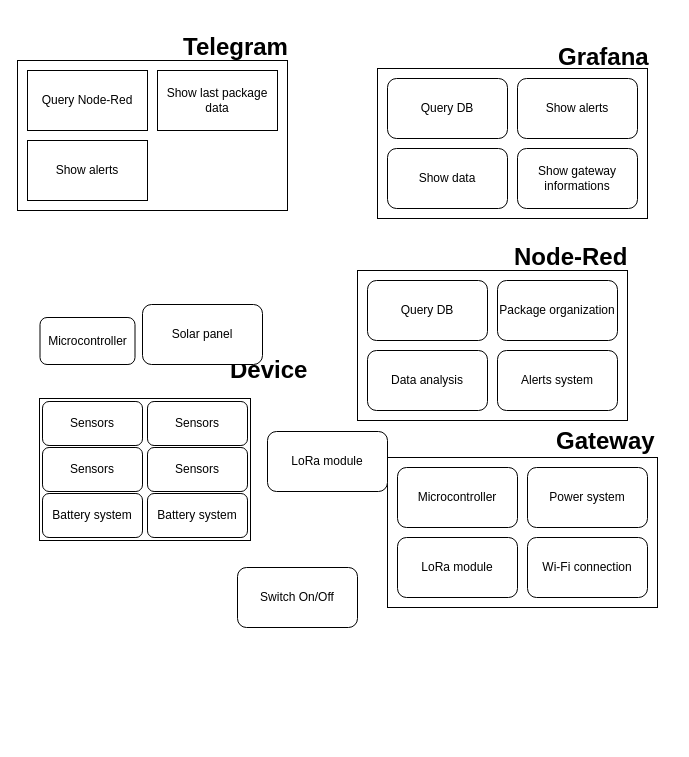
Earlier version of the draw.io diagram MAIN/arquiteture_first.drawio (Teusocost/Tracker_IPB). Source tidied: cells renumbered, new cells numbered last; positions are measured from the earlier drawing's top-left corner, leaving out a move shared by most shapes. Both pictures are drawn from the tidied source at 100%, with x=0, y=0 at pixel (17, 27). Pictures stored in the file or linked from it are replaced by grey dashed boxes.
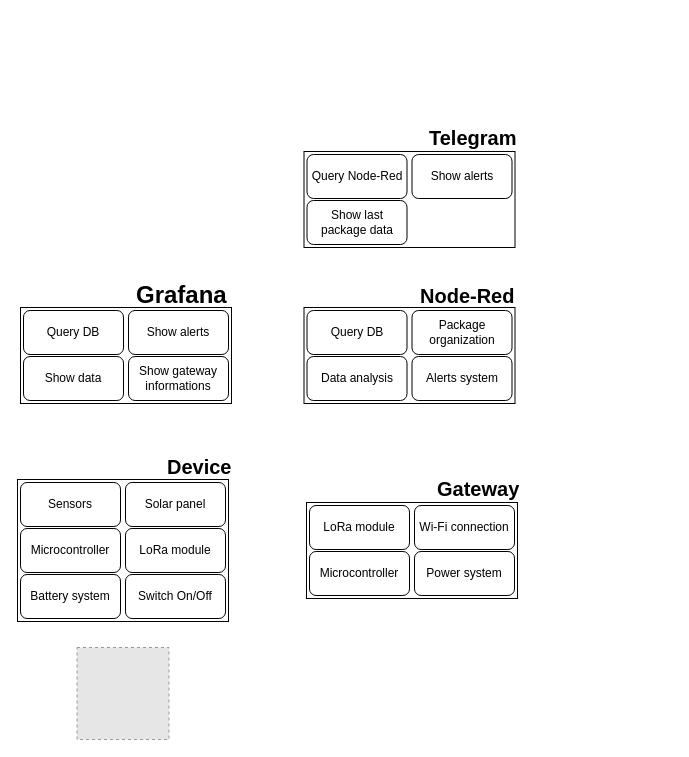
The same page after the edit.

Change to the diagram source:
```diff
@@
-    <mxCell id="2" style="rounded=0;whiteSpace=wrap;html=1;" parent="1" vertex="1">
-      <mxGeometry x="370" y="430" width="270" height="150" as="geometry" />
-    </mxCell>
     <mxCell id="3" style="rounded=0;whiteSpace=wrap;html=1;" parent="1" vertex="1">
-      <mxGeometry x="22" y="371" width="211" height="142" as="geometry" />
+      <mxGeometry y="452" width="211" height="142" as="geometry" />
     </mxCell>
-    <mxCell id="4" value="&lt;h1&gt;Device&lt;/h1&gt;" style="text;html=1;strokeColor=none;fillColor=none;spacing=5;spacingTop=-20;whiteSpace=wrap;overflow=hidden;rounded=0;" parent="1" vertex="1">
-      <mxGeometry x="208" y="323" width="90" height="40" as="geometry" />
+    <mxCell id="4" value="&lt;h1&gt;&lt;font style=&quot;font-size: 20px;&quot;&gt;Device&lt;/font&gt;&lt;/h1&gt;" style="text;html=1;strokeColor=none;fillColor=none;spacing=5;spacingTop=-20;whiteSpace=wrap;overflow=hidden;rounded=0;" parent="1" vertex="1">
+      <mxGeometry x="145" y="419" width="90" height="40" as="geometry" />
     </mxCell>
-    <mxCell id="5" value="Microcontroller" style="rounded=1;whiteSpace=wrap;html=1;" parent="1" vertex="1">
-      <mxGeometry x="22.5" y="290" width="95" height="47" as="geometry" />
-    </mxCell>
-    <mxCell id="6" value="Sensors" style="rounded=1;whiteSpace=wrap;html=1;" parent="1" vertex="1">
-      <mxGeometry x="25" y="420" width="100" height="44" as="geometry" />
+    <mxCell id="6" value="Microcontroller" style="rounded=1;whiteSpace=wrap;html=1;" parent="1" vertex="1">
+      <mxGeometry x="3" y="501" width="100" height="44" as="geometry" />
     </mxCell>
     <mxCell id="7" value="Battery system" style="rounded=1;whiteSpace=wrap;html=1;" parent="1" vertex="1">
-      <mxGeometry x="25" y="466" width="100" height="44" as="geometry" />
+      <mxGeometry x="3" y="547" width="100" height="44" as="geometry" />
     </mxCell>
-    <mxCell id="8" value="Solar panel" style="rounded=1;whiteSpace=wrap;html=1;" parent="1" vertex="1">
-      <mxGeometry x="125" y="277" width="120" height="60" as="geometry" />
-    </mxCell>
-    <mxCell id="9" value="LoRa module" style="rounded=1;whiteSpace=wrap;html=1;" parent="1" vertex="1">
-      <mxGeometry x="250" y="404" width="120" height="60" as="geometry" />
-    </mxCell>
-    <mxCell id="10" value="Switch On/Off" style="rounded=1;whiteSpace=wrap;html=1;" parent="1" vertex="1">
-      <mxGeometry x="220" y="540" width="120" height="60" as="geometry" />
-    </mxCell>
-    <mxCell id="11" value="&lt;h1&gt;Gateway&lt;/h1&gt;" style="text;html=1;strokeColor=none;fillColor=none;spacing=5;spacingTop=-20;whiteSpace=wrap;overflow=hidden;rounded=0;" parent="1" vertex="1">
-      <mxGeometry x="534" y="394" width="120" height="40" as="geometry" />
-    </mxCell>
-    <mxCell id="12" value="Microcontroller" style="rounded=1;whiteSpace=wrap;html=1;" parent="1" vertex="1">
-      <mxGeometry x="380" y="440" width="120" height="60" as="geometry" />
-    </mxCell>
-    <mxCell id="13" value="Power system" style="rounded=1;whiteSpace=wrap;html=1;" parent="1" vertex="1">
-      <mxGeometry x="510" y="440" width="120" height="60" as="geometry" />
-    </mxCell>
-    <mxCell id="14" value="LoRa module" style="rounded=1;whiteSpace=wrap;html=1;" parent="1" vertex="1">
-      <mxGeometry x="380" y="510" width="120" height="60" as="geometry" />
-    </mxCell>
-    <mxCell id="15" value="Wi-Fi connection" style="rounded=1;whiteSpace=wrap;html=1;" parent="1" vertex="1">
-      <mxGeometry x="510" y="510" width="120" height="60" as="geometry" />
-    </mxCell>
-    <mxCell id="16" style="rounded=0;whiteSpace=wrap;html=1;" parent="1" vertex="1">
-      <mxGeometry x="340" y="243" width="270" height="150" as="geometry" />
-    </mxCell>
-    <mxCell id="17" value="&lt;h1&gt;Node-Red&lt;/h1&gt;" style="text;html=1;strokeColor=none;fillColor=none;spacing=5;spacingTop=-20;whiteSpace=wrap;overflow=hidden;rounded=0;" parent="1" vertex="1">
-      <mxGeometry x="492" y="210" width="126" height="40" as="geometry" />
+    <mxCell id="17" value="&lt;h1&gt;&lt;br&gt;&lt;/h1&gt;" style="text;html=1;strokeColor=none;fillColor=none;spacing=5;spacingTop=-20;whiteSpace=wrap;overflow=hidden;rounded=0;" parent="1" vertex="1">
+      <mxGeometry x="61" y="270" width="126" height="40" as="geometry" />
     </mxCell>
-    <mxCell id="18" value="Query DB" style="rounded=1;whiteSpace=wrap;html=1;" parent="1" vertex="1">
-      <mxGeometry x="350" y="253" width="120" height="60" as="geometry" />
-    </mxCell>
-    <mxCell id="19" value="Package organization" style="rounded=1;whiteSpace=wrap;html=1;" parent="1" vertex="1">
-      <mxGeometry x="480" y="253" width="120" height="60" as="geometry" />
-    </mxCell>
-    <mxCell id="20" value="Data analysis" style="rounded=1;whiteSpace=wrap;html=1;" parent="1" vertex="1">
-      <mxGeometry x="350" y="323" width="120" height="60" as="geometry" />
-    </mxCell>
-    <mxCell id="21" value="Alerts system" style="rounded=1;whiteSpace=wrap;html=1;" parent="1" vertex="1">
-      <mxGeometry x="480" y="323" width="120" height="60" as="geometry" />
-    </mxCell>
-    <mxCell id="22" style="rounded=0;whiteSpace=wrap;html=1;perimeterSpacing=0;" parent="1" vertex="1">
-      <mxGeometry y="33" width="270" height="150" as="geometry" />
-    </mxCell>
-    <mxCell id="23" value="&lt;h1&gt;Telegram&lt;/h1&gt;" style="text;html=1;strokeColor=none;fillColor=none;spacing=5;spacingTop=-20;whiteSpace=wrap;overflow=hidden;rounded=0;perimeterSpacing=0;" parent="1" vertex="1">
+    <mxCell id="23" value="&lt;h1&gt;&lt;br&gt;&lt;/h1&gt;" style="text;html=1;strokeColor=none;fillColor=none;spacing=5;spacingTop=-20;whiteSpace=wrap;overflow=hidden;rounded=0;perimeterSpacing=0;" parent="1" vertex="1">
       <mxGeometry x="161" width="126" height="40" as="geometry" />
     </mxCell>
-    <mxCell id="24" value="Query Node-Red" style="rounded=0;whiteSpace=wrap;html=1;perimeterSpacing=0;" parent="1" vertex="1">
-      <mxGeometry x="10" y="43" width="120" height="60" as="geometry" />
-    </mxCell>
-    <mxCell id="25" value="Show last package data" style="rounded=0;whiteSpace=wrap;html=1;perimeterSpacing=0;" parent="1" vertex="1">
-      <mxGeometry x="140" y="43" width="120" height="60" as="geometry" />
-    </mxCell>
-    <mxCell id="26" value="Show alerts" style="rounded=0;whiteSpace=wrap;html=1;perimeterSpacing=0;" parent="1" vertex="1">
-      <mxGeometry x="10" y="113" width="120" height="60" as="geometry" />
-    </mxCell>
-    <mxCell id="27" style="rounded=0;whiteSpace=wrap;html=1;" parent="1" vertex="1">
-      <mxGeometry x="360" y="41" width="270" height="150" as="geometry" />
-    </mxCell>
-    <mxCell id="28" value="&lt;h1&gt;Grafana&lt;/h1&gt;" style="text;html=1;strokeColor=none;fillColor=none;spacing=5;spacingTop=-20;whiteSpace=wrap;overflow=hidden;rounded=0;" parent="1" vertex="1">
-      <mxGeometry x="536" y="10" width="100" height="40" as="geometry" />
-    </mxCell>
-    <mxCell id="29" value="Query DB" style="rounded=1;whiteSpace=wrap;html=1;" parent="1" vertex="1">
-      <mxGeometry x="370" y="51" width="120" height="60" as="geometry" />
-    </mxCell>
-    <mxCell id="30" value="Show alerts" style="rounded=1;whiteSpace=wrap;html=1;" parent="1" vertex="1">
-      <mxGeometry x="500" y="51" width="120" height="60" as="geometry" />
-    </mxCell>
-    <mxCell id="31" value="Show data" style="rounded=1;whiteSpace=wrap;html=1;" parent="1" vertex="1">
-      <mxGeometry x="370" y="121" width="120" height="60" as="geometry" />
-    </mxCell>
-    <mxCell id="32" value="Show gateway informations" style="rounded=1;whiteSpace=wrap;html=1;" parent="1" vertex="1">
-      <mxGeometry x="500" y="121" width="120" height="60" as="geometry" />
-    </mxCell>
     <mxCell id="33" value="Sensors" style="rounded=1;whiteSpace=wrap;html=1;" parent="1" vertex="1">
-      <mxGeometry x="25" y="374" width="100" height="44" as="geometry" />
+      <mxGeometry x="3" y="455" width="100" height="44" as="geometry" />
     </mxCell>
-    <mxCell id="34" value="Sensors" style="rounded=1;whiteSpace=wrap;html=1;" parent="1" vertex="1">
-      <mxGeometry x="130" y="420" width="100" height="44" as="geometry" />
+    <mxCell id="34" value="LoRa module" style="rounded=1;whiteSpace=wrap;html=1;" parent="1" vertex="1">
+      <mxGeometry x="108" y="501" width="100" height="44" as="geometry" />
     </mxCell>
-    <mxCell id="35" value="Battery system" style="rounded=1;whiteSpace=wrap;html=1;" parent="1" vertex="1">
-      <mxGeometry x="130" y="466" width="100" height="44" as="geometry" />
+    <mxCell id="35" value="Switch On/Off" style="rounded=1;whiteSpace=wrap;html=1;" parent="1" vertex="1">
+      <mxGeometry x="108" y="547" width="100" height="44" as="geometry" />
     </mxCell>
-    <mxCell id="36" value="Sensors" style="rounded=1;whiteSpace=wrap;html=1;" parent="1" vertex="1">
-      <mxGeometry x="130" y="374" width="100" height="44" as="geometry" />
+    <mxCell id="36" value="Solar panel" style="rounded=1;whiteSpace=wrap;html=1;" parent="1" vertex="1">
+      <mxGeometry x="108" y="455" width="100" height="44" as="geometry" />
     </mxCell>
+    <mxCell id="37" style="rounded=0;whiteSpace=wrap;html=1;" parent="1" vertex="1">
+      <mxGeometry x="289" y="475" width="211" height="96" as="geometry" />
+    </mxCell>
+    <mxCell id="11" value="&lt;h1 style=&quot;border-color: var(--border-color);&quot;&gt;&lt;font style=&quot;font-size: 20px;&quot;&gt;Gateway&lt;/font&gt;&lt;/h1&gt;" style="text;html=1;strokeColor=none;fillColor=none;spacing=5;spacingTop=-20;whiteSpace=wrap;overflow=hidden;rounded=0;" parent="1" vertex="1">
+      <mxGeometry x="415" y="441" width="105" height="40" as="geometry" />
+    </mxCell>
+    <mxCell id="38" value="Microcontroller" style="rounded=1;whiteSpace=wrap;html=1;" parent="1" vertex="1">
+      <mxGeometry x="292" y="524" width="100" height="44" as="geometry" />
+    </mxCell>
+    <mxCell id="39" value="LoRa module" style="rounded=1;whiteSpace=wrap;html=1;" parent="1" vertex="1">
+      <mxGeometry x="292" y="478" width="100" height="44" as="geometry" />
+    </mxCell>
+    <mxCell id="13" value="Power system" style="rounded=1;whiteSpace=wrap;html=1;" parent="1" vertex="1">
+      <mxGeometry x="397" y="524" width="100" height="44" as="geometry" />
+    </mxCell>
+    <mxCell id="15" value="Wi-Fi connection" style="rounded=1;whiteSpace=wrap;html=1;" parent="1" vertex="1">
+      <mxGeometry x="397" y="478" width="100" height="44" as="geometry" />
+    </mxCell>
+    <mxCell id="40" style="fillColor=#E6E6E6;strokeColor=#999999;dashed=1;verticalLabelPosition=bottom;labelBackgroundColor=default;verticalAlign=top;" parent="1" vertex="1">
+      <mxGeometry x="59.5" y="620" width="92" height="92" as="geometry" />
+    </mxCell>
+    <mxCell id="41" style="rounded=0;whiteSpace=wrap;html=1;" parent="1" vertex="1">
+      <mxGeometry x="286.5" y="280" width="211" height="96" as="geometry" />
+    </mxCell>
+    <mxCell id="42" value="&lt;h1 style=&quot;border-color: var(--border-color);&quot;&gt;&lt;font style=&quot;font-size: 20px;&quot;&gt;Node-Red&lt;/font&gt;&lt;/h1&gt;" style="text;html=1;strokeColor=none;fillColor=none;spacing=5;spacingTop=-20;whiteSpace=wrap;overflow=hidden;rounded=0;" parent="1" vertex="1">
+      <mxGeometry x="397.5" y="248" width="105" height="40" as="geometry" />
+    </mxCell>
+    <mxCell id="20" value="Data analysis" style="rounded=1;whiteSpace=wrap;html=1;" parent="1" vertex="1">
+      <mxGeometry x="289.5" y="329" width="100" height="44" as="geometry" />
+    </mxCell>
+    <mxCell id="43" value="Query DB" style="rounded=1;whiteSpace=wrap;html=1;" parent="1" vertex="1">
+      <mxGeometry x="289.5" y="283" width="100" height="44" as="geometry" />
+    </mxCell>
+    <mxCell id="21" value="Alerts system" style="rounded=1;whiteSpace=wrap;html=1;" parent="1" vertex="1">
+      <mxGeometry x="394.5" y="329" width="100" height="44" as="geometry" />
+    </mxCell>
+    <mxCell id="19" value="Package organization" style="rounded=1;whiteSpace=wrap;html=1;" parent="1" vertex="1">
+      <mxGeometry x="394.5" y="283" width="100" height="44" as="geometry" />
+    </mxCell>
+    <mxCell id="44" style="rounded=0;whiteSpace=wrap;html=1;" parent="1" vertex="1">
+      <mxGeometry x="3" y="280" width="211" height="96" as="geometry" />
+    </mxCell>
+    <mxCell id="28" value="&lt;h1 style=&quot;border-color: var(--border-color);&quot;&gt;Grafana&lt;/h1&gt;" style="text;html=1;strokeColor=none;fillColor=none;spacing=5;spacingTop=-20;whiteSpace=wrap;overflow=hidden;rounded=0;" parent="1" vertex="1">
+      <mxGeometry x="114" y="248" width="105" height="40" as="geometry" />
+    </mxCell>
+    <mxCell id="31" value="Show data" style="rounded=1;whiteSpace=wrap;html=1;" parent="1" vertex="1">
+      <mxGeometry x="6" y="329" width="100" height="44" as="geometry" />
+    </mxCell>
+    <mxCell id="45" value="Query DB" style="rounded=1;whiteSpace=wrap;html=1;" parent="1" vertex="1">
+      <mxGeometry x="6" y="283" width="100" height="44" as="geometry" />
+    </mxCell>
+    <mxCell id="32" value="Show gateway informations" style="rounded=1;whiteSpace=wrap;html=1;" parent="1" vertex="1">
+      <mxGeometry x="111" y="329" width="100" height="44" as="geometry" />
+    </mxCell>
+    <mxCell id="46" value="Show alerts" style="rounded=1;whiteSpace=wrap;html=1;" parent="1" vertex="1">
+      <mxGeometry x="111" y="283" width="100" height="44" as="geometry" />
+    </mxCell>
+    <mxCell id="47" style="rounded=0;whiteSpace=wrap;html=1;" parent="1" vertex="1">
+      <mxGeometry x="286.5" y="124" width="211" height="96" as="geometry" />
+    </mxCell>
+    <mxCell id="48" value="&lt;h1 style=&quot;border-color: var(--border-color);&quot;&gt;&lt;font style=&quot;font-size: 20px;&quot;&gt;Telegram&lt;/font&gt;&lt;/h1&gt;" style="text;html=1;strokeColor=none;fillColor=none;spacing=5;spacingTop=-20;whiteSpace=wrap;overflow=hidden;rounded=0;" parent="1" vertex="1">
+      <mxGeometry x="406.5" y="90" width="105" height="40" as="geometry" />
+    </mxCell>
+    <mxCell id="25" value="Show last package data" style="rounded=1;whiteSpace=wrap;html=1;" parent="1" vertex="1">
+      <mxGeometry x="289.5" y="173" width="100" height="44" as="geometry" />
+    </mxCell>
+    <mxCell id="24" value="Query Node-Red" style="rounded=1;whiteSpace=wrap;html=1;" parent="1" vertex="1">
+      <mxGeometry x="289.5" y="127" width="100" height="44" as="geometry" />
+    </mxCell>
+    <mxCell id="49" value="Show alerts" style="rounded=1;whiteSpace=wrap;html=1;" parent="1" vertex="1">
+      <mxGeometry x="394.5" y="127" width="100" height="44" as="geometry" />
+    </mxCell>
```
